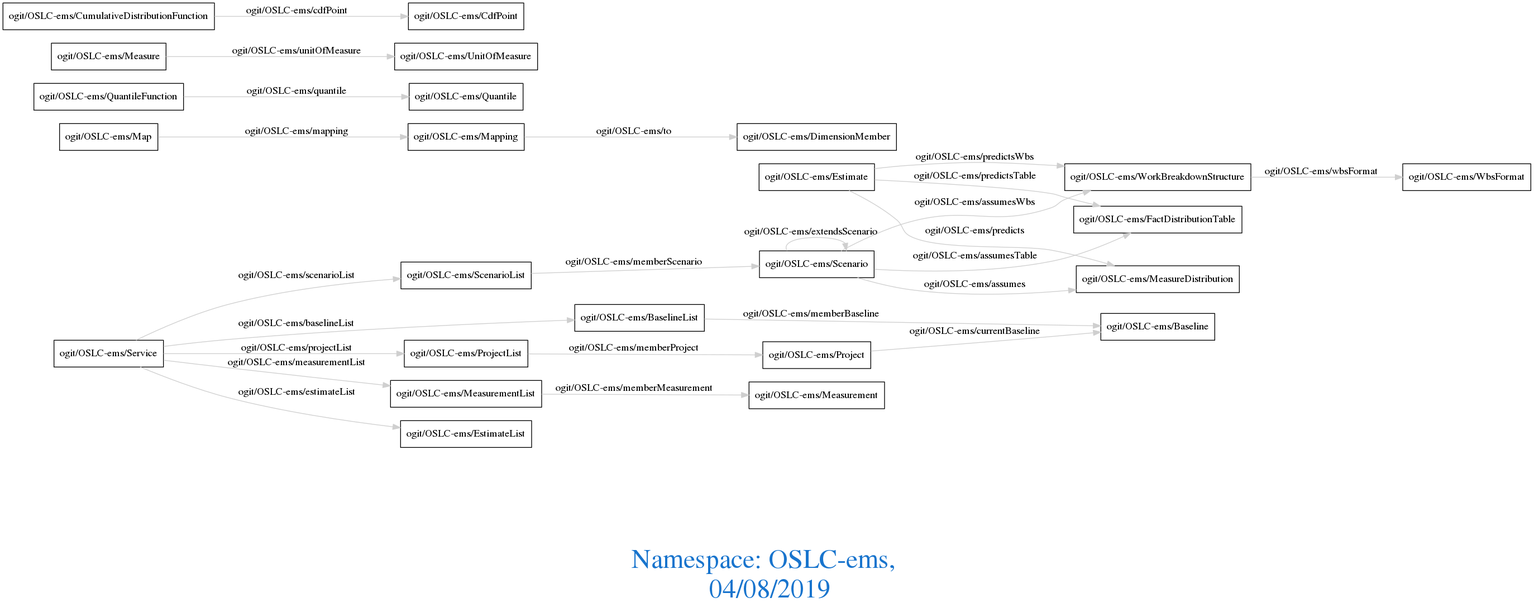
The Graphviz diagram downloads/OSLC-ems.png in arago/OGIT, before a commit. Its source is kept beside it as downloads/OSLC-ems.dot. The source it was exported from:
```dot
digraph OGIT_ontology {
 graph [ rankdir= LR,fontsize = 36,
fontcolor= dodgerblue3,label = "\n\n\nNamespace: OSLC-ems, \n 04/08/2019"];
node[shape=polygon];
edge [  color="gray81"];

   "ogit/OSLC-ems/Estimate" -> "ogit/OSLC-ems/MeasureDistribution" [label="ogit/OSLC-ems/predicts    "];
   "ogit/OSLC-ems/Mapping" -> "ogit/OSLC-ems/DimensionMember" [label="ogit/OSLC-ems/to    "];
   "ogit/OSLC-ems/Service" -> "ogit/OSLC-ems/ProjectList" [label="ogit/OSLC-ems/projectList    "];
   "ogit/OSLC-ems/QuantileFunction" -> "ogit/OSLC-ems/Quantile" [label="ogit/OSLC-ems/quantile    "];
   "ogit/OSLC-ems/Service" -> "ogit/OSLC-ems/ScenarioList" [label="ogit/OSLC-ems/scenarioList    "];
   "ogit/OSLC-ems/Measure" -> "ogit/OSLC-ems/UnitOfMeasure" [label="ogit/OSLC-ems/unitOfMeasure    "];
   "ogit/OSLC-ems/ScenarioList" -> "ogit/OSLC-ems/Scenario" [label="ogit/OSLC-ems/memberScenario    "];
   "ogit/OSLC-ems/Estimate" -> "ogit/OSLC-ems/FactDistributionTable" [label="ogit/OSLC-ems/predictsTable    "];
   "ogit/OSLC-ems/BaselineList" -> "ogit/OSLC-ems/Baseline" [label="ogit/OSLC-ems/memberBaseline    "];
   "ogit/OSLC-ems/Scenario" -> "ogit/OSLC-ems/WorkBreakdownStructure" [label="ogit/OSLC-ems/assumesWbs    "];
   "ogit/OSLC-ems/CumulativeDistributionFunction" -> "ogit/OSLC-ems/CdfPoint" [label="ogit/OSLC-ems/cdfPoint    "];
   "ogit/OSLC-ems/Scenario" -> "ogit/OSLC-ems/Scenario" [label="ogit/OSLC-ems/extendsScenario    "];
   "ogit/OSLC-ems/Project" -> "ogit/OSLC-ems/Baseline" [label="ogit/OSLC-ems/currentBaseline    "];
   "ogit/OSLC-ems/ProjectList" -> "ogit/OSLC-ems/Project" [label="ogit/OSLC-ems/memberProject    "];
   "ogit/OSLC-ems/Service" -> "ogit/OSLC-ems/BaselineList" [label="ogit/OSLC-ems/baselineList    "];
   "ogit/OSLC-ems/Estimate" -> "ogit/OSLC-ems/WorkBreakdownStructure" [label="ogit/OSLC-ems/predictsWbs    "];
   "ogit/OSLC-ems/Map" -> "ogit/OSLC-ems/Mapping" [label="ogit/OSLC-ems/mapping    "];
   "ogit/OSLC-ems/MeasurementList" -> "ogit/OSLC-ems/Measurement" [label="ogit/OSLC-ems/memberMeasurement    "];
   "ogit/OSLC-ems/Service" -> "ogit/OSLC-ems/MeasurementList" [label="ogit/OSLC-ems/measurementList    "];
   "ogit/OSLC-ems/WorkBreakdownStructure" -> "ogit/OSLC-ems/WbsFormat" [label="ogit/OSLC-ems/wbsFormat    "];
   "ogit/OSLC-ems/Service" -> "ogit/OSLC-ems/EstimateList" [label="ogit/OSLC-ems/estimateList    "];
   "ogit/OSLC-ems/Scenario" -> "ogit/OSLC-ems/MeasureDistribution" [label="ogit/OSLC-ems/assumes    "];
   "ogit/OSLC-ems/Scenario" -> "ogit/OSLC-ems/FactDistributionTable" [label="ogit/OSLC-ems/assumesTable    "];
}
```
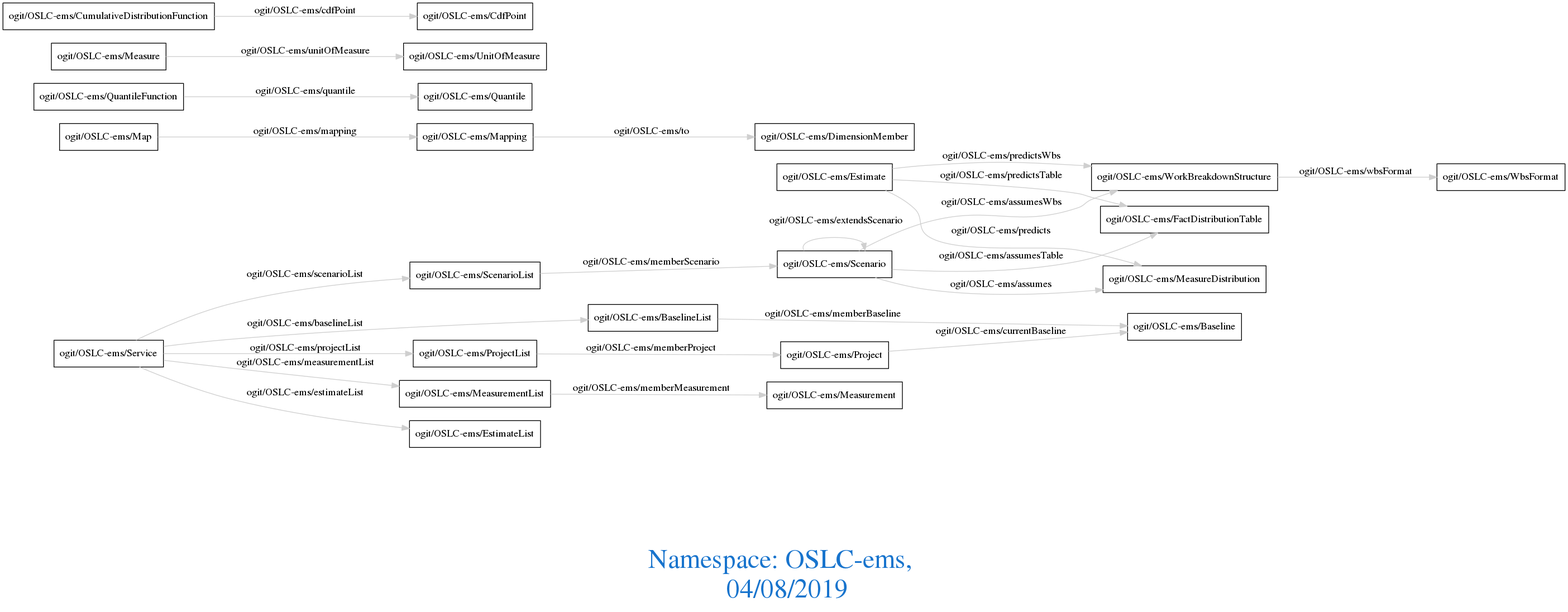
The same file after the commit.

What changed in the source:
```diff
@@ -1,30 +1,32 @@
 digraph OGIT_ontology {
- graph [ rankdir= LR,fontsize = 36,
+ graph [ rankdir= LR,compound=true
+fontsize = 36,
 fontcolor= dodgerblue3,label = "\n\n\nNamespace: OSLC-ems, \n 04/08/2019"];
 node[shape=polygon];
 edge [  color="gray81"];
 
-   "ogit/OSLC-ems/Estimate" -> "ogit/OSLC-ems/MeasureDistribution" [label="ogit/OSLC-ems/predicts    "];
-   "ogit/OSLC-ems/Mapping" -> "ogit/OSLC-ems/DimensionMember" [label="ogit/OSLC-ems/to    "];
-   "ogit/OSLC-ems/Service" -> "ogit/OSLC-ems/ProjectList" [label="ogit/OSLC-ems/projectList    "];
-   "ogit/OSLC-ems/QuantileFunction" -> "ogit/OSLC-ems/Quantile" [label="ogit/OSLC-ems/quantile    "];
-   "ogit/OSLC-ems/Service" -> "ogit/OSLC-ems/ScenarioList" [label="ogit/OSLC-ems/scenarioList    "];
-   "ogit/OSLC-ems/Measure" -> "ogit/OSLC-ems/UnitOfMeasure" [label="ogit/OSLC-ems/unitOfMeasure    "];
-   "ogit/OSLC-ems/ScenarioList" -> "ogit/OSLC-ems/Scenario" [label="ogit/OSLC-ems/memberScenario    "];
-   "ogit/OSLC-ems/Estimate" -> "ogit/OSLC-ems/FactDistributionTable" [label="ogit/OSLC-ems/predictsTable    "];
-   "ogit/OSLC-ems/BaselineList" -> "ogit/OSLC-ems/Baseline" [label="ogit/OSLC-ems/memberBaseline    "];
-   "ogit/OSLC-ems/Scenario" -> "ogit/OSLC-ems/WorkBreakdownStructure" [label="ogit/OSLC-ems/assumesWbs    "];
-   "ogit/OSLC-ems/CumulativeDistributionFunction" -> "ogit/OSLC-ems/CdfPoint" [label="ogit/OSLC-ems/cdfPoint    "];
-   "ogit/OSLC-ems/Scenario" -> "ogit/OSLC-ems/Scenario" [label="ogit/OSLC-ems/extendsScenario    "];
-   "ogit/OSLC-ems/Project" -> "ogit/OSLC-ems/Baseline" [label="ogit/OSLC-ems/currentBaseline    "];
-   "ogit/OSLC-ems/ProjectList" -> "ogit/OSLC-ems/Project" [label="ogit/OSLC-ems/memberProject    "];
-   "ogit/OSLC-ems/Service" -> "ogit/OSLC-ems/BaselineList" [label="ogit/OSLC-ems/baselineList    "];
-   "ogit/OSLC-ems/Estimate" -> "ogit/OSLC-ems/WorkBreakdownStructure" [label="ogit/OSLC-ems/predictsWbs    "];
-   "ogit/OSLC-ems/Map" -> "ogit/OSLC-ems/Mapping" [label="ogit/OSLC-ems/mapping    "];
-   "ogit/OSLC-ems/MeasurementList" -> "ogit/OSLC-ems/Measurement" [label="ogit/OSLC-ems/memberMeasurement    "];
-   "ogit/OSLC-ems/Service" -> "ogit/OSLC-ems/MeasurementList" [label="ogit/OSLC-ems/measurementList    "];
-   "ogit/OSLC-ems/WorkBreakdownStructure" -> "ogit/OSLC-ems/WbsFormat" [label="ogit/OSLC-ems/wbsFormat    "];
-   "ogit/OSLC-ems/Service" -> "ogit/OSLC-ems/EstimateList" [label="ogit/OSLC-ems/estimateList    "];
-   "ogit/OSLC-ems/Scenario" -> "ogit/OSLC-ems/MeasureDistribution" [label="ogit/OSLC-ems/assumes    "];
-   "ogit/OSLC-ems/Scenario" -> "ogit/OSLC-ems/FactDistributionTable" [label="ogit/OSLC-ems/assumesTable    "];
+   "ogit/OSLC-ems/Estimate" -> "ogit/OSLC-ems/MeasureDistribution" [label="   ogit/OSLC-ems/predicts    "];
+   "ogit/OSLC-ems/Mapping" -> "ogit/OSLC-ems/DimensionMember" [label="   ogit/OSLC-ems/to    "];
+   "ogit/OSLC-ems/Service" -> "ogit/OSLC-ems/ProjectList" [label="   ogit/OSLC-ems/projectList    "];
+   "ogit/OSLC-ems/QuantileFunction" -> "ogit/OSLC-ems/Quantile" [label="   ogit/OSLC-ems/quantile    "];
+   "ogit/OSLC-ems/Service" -> "ogit/OSLC-ems/ScenarioList" [label="   ogit/OSLC-ems/scenarioList    "];
+   "ogit/OSLC-ems/Measure" -> "ogit/OSLC-ems/UnitOfMeasure" [label="   ogit/OSLC-ems/unitOfMeasure    "];
+   "ogit/OSLC-ems/ScenarioList" -> "ogit/OSLC-ems/Scenario" [label="   ogit/OSLC-ems/memberScenario    "];
+   "ogit/OSLC-ems/Estimate" -> "ogit/OSLC-ems/FactDistributionTable" [label="   ogit/OSLC-ems/predictsTable    "];
+   "ogit/OSLC-ems/BaselineList" -> "ogit/OSLC-ems/Baseline" [label="   ogit/OSLC-ems/memberBaseline    "];
+   "ogit/OSLC-ems/Scenario" -> "ogit/OSLC-ems/WorkBreakdownStructure" [label="   ogit/OSLC-ems/assumesWbs    "];
+   "ogit/OSLC-ems/CumulativeDistributionFunction" -> "ogit/OSLC-ems/CdfPoint" [label="   ogit/OSLC-ems/cdfPoint    "];
+   "ogit/OSLC-ems/Scenario" -> "ogit/OSLC-ems/Scenario" [label="   ogit/OSLC-ems/extendsScenario
+  "];
+   "ogit/OSLC-ems/Project" -> "ogit/OSLC-ems/Baseline" [label="   ogit/OSLC-ems/currentBaseline    "];
+   "ogit/OSLC-ems/ProjectList" -> "ogit/OSLC-ems/Project" [label="   ogit/OSLC-ems/memberProject    "];
+   "ogit/OSLC-ems/Service" -> "ogit/OSLC-ems/BaselineList" [label="   ogit/OSLC-ems/baselineList    "];
+   "ogit/OSLC-ems/Estimate" -> "ogit/OSLC-ems/WorkBreakdownStructure" [label="   ogit/OSLC-ems/predictsWbs    "];
+   "ogit/OSLC-ems/Map" -> "ogit/OSLC-ems/Mapping" [label="   ogit/OSLC-ems/mapping    "];
+   "ogit/OSLC-ems/MeasurementList" -> "ogit/OSLC-ems/Measurement" [label="   ogit/OSLC-ems/memberMeasurement    "];
+   "ogit/OSLC-ems/Service" -> "ogit/OSLC-ems/MeasurementList" [label="   ogit/OSLC-ems/measurementList    "];
+   "ogit/OSLC-ems/WorkBreakdownStructure" -> "ogit/OSLC-ems/WbsFormat" [label="   ogit/OSLC-ems/wbsFormat    "];
+   "ogit/OSLC-ems/Service" -> "ogit/OSLC-ems/EstimateList" [label="   ogit/OSLC-ems/estimateList    "];
+   "ogit/OSLC-ems/Scenario" -> "ogit/OSLC-ems/MeasureDistribution" [label="   ogit/OSLC-ems/assumes    "];
+   "ogit/OSLC-ems/Scenario" -> "ogit/OSLC-ems/FactDistributionTable" [label="   ogit/OSLC-ems/assumesTable    "];
 }
```
